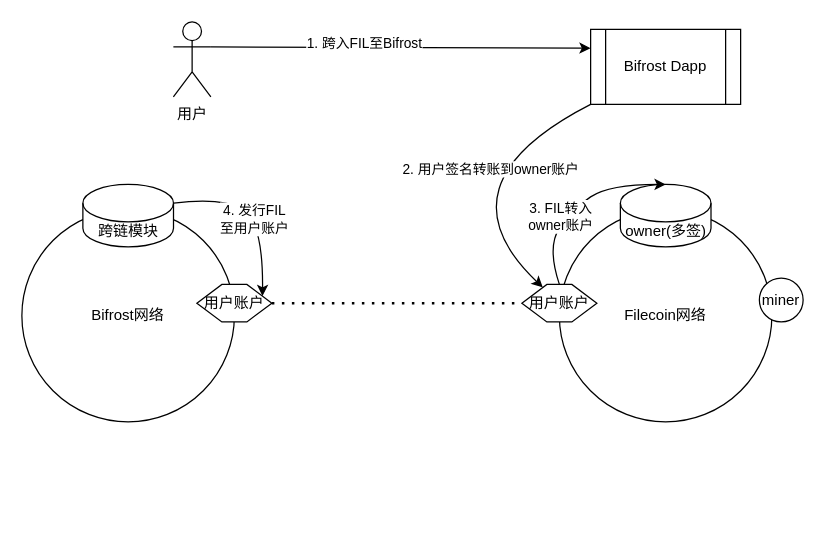
Above: vfil-crossin-fvm.drawio in herryho/flowchars (draw.io), before the change. Source tidied: cells renumbered, new cells numbered last; positions are measured from the earlier drawing's top-left corner, leaving out a move shared by most shapes. Both pictures are drawn from the tidied source at 125%, with x=0, y=0 at pixel (21, 21).
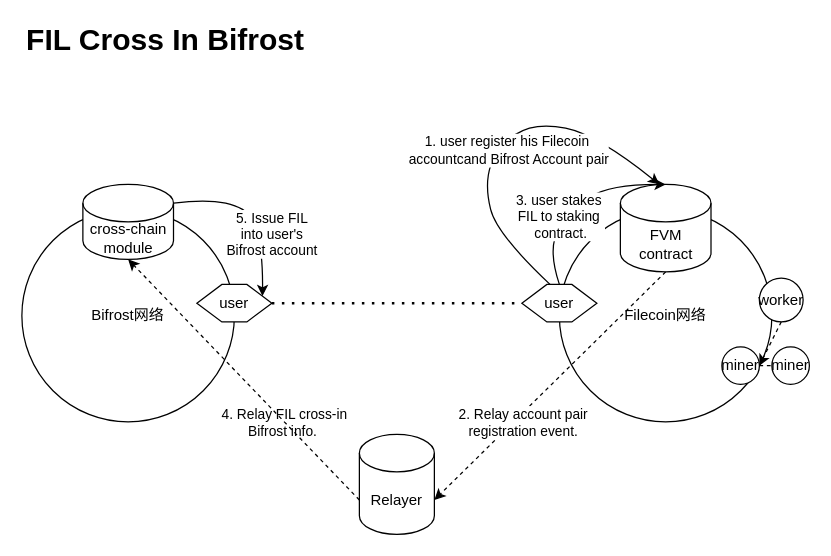
The same diagram, later.

Unchanged cells that the change refers to:
```xml
<mxCell id="16" style="curved=1;endArrow=classic;html=1;rounded=0;exitX=0.5;exitY=0;exitDx=0;exitDy=0;entryX=0.5;entryY=0;entryDx=0;entryDy=0;entryPerimeter=0;" parent="1" edge="1" source="7" target="9">
  <mxGeometry relative="1" as="geometry">
    <Array as="points">
      <mxPoint x="420" y="180" />
      <mxPoint x="440" y="150" />
      <mxPoint x="470" y="130" />
    </Array>
  </mxGeometry>
</mxCell>
```

Diff of the diagram source:
```diff
@@
-    <mxCell id="4" value="用户" style="shape=umlActor;verticalLabelPosition=bottom;verticalAlign=top;html=1;outlineConnect=0;" parent="1" vertex="1">
-      <mxGeometry x="121.2" width="30" height="60" as="geometry" />
-    </mxCell>
-    <mxCell id="5" value="Bifrost Dapp" style="shape=process;whiteSpace=wrap;html=1;backgroundOutline=1;" parent="1" vertex="1">
-      <mxGeometry x="455" y="6" width="120" height="60" as="geometry" />
-    </mxCell>
-    <mxCell id="6" value="用户账户" style="shape=hexagon;perimeter=hexagonPerimeter2;whiteSpace=wrap;html=1;fixedSize=1;" parent="1" vertex="1">
+    <mxCell id="6" value="user" style="shape=hexagon;perimeter=hexagonPerimeter2;whiteSpace=wrap;html=1;fixedSize=1;" parent="1" vertex="1">
       <mxGeometry x="140" y="210" width="60" height="30" as="geometry" />
     </mxCell>
-    <mxCell id="7" value="用户账户" style="shape=hexagon;perimeter=hexagonPerimeter2;whiteSpace=wrap;html=1;fixedSize=1;" parent="1" vertex="1">
+    <mxCell id="7" value="user" style="shape=hexagon;perimeter=hexagonPerimeter2;whiteSpace=wrap;html=1;fixedSize=1;" parent="1" vertex="1">
       <mxGeometry x="400" y="210" width="60" height="30" as="geometry" />
     </mxCell>
@@
-    <mxCell id="9" value="owner(多签)" style="shape=cylinder3;whiteSpace=wrap;html=1;boundedLbl=1;backgroundOutline=1;size=15;" parent="1" vertex="1">
-      <mxGeometry x="478.8" y="130" width="72.5" height="50" as="geometry" />
+    <mxCell id="9" value="FVM contract" style="shape=cylinder3;whiteSpace=wrap;html=1;boundedLbl=1;backgroundOutline=1;size=15;" parent="1" vertex="1">
+      <mxGeometry x="478.8" y="130" width="72.5" height="70" as="geometry" />
     </mxCell>
-    <mxCell id="10" value="miner" style="ellipse;whiteSpace=wrap;html=1;" parent="1" vertex="1">
+    <mxCell id="10" value="worker" style="ellipse;whiteSpace=wrap;html=1;" parent="1" vertex="1">
       <mxGeometry x="590" y="205" width="35" height="35" as="geometry" />
     </mxCell>
-    <mxCell id="11" value="跨链模块" style="shape=cylinder3;whiteSpace=wrap;html=1;boundedLbl=1;backgroundOutline=1;size=15;" parent="1" vertex="1">
-      <mxGeometry x="48.8" y="130" width="72.5" height="50" as="geometry" />
+    <mxCell id="11" value="cross-chain module" style="shape=cylinder3;whiteSpace=wrap;html=1;boundedLbl=1;backgroundOutline=1;size=15;" parent="1" vertex="1">
+      <mxGeometry x="48.8" y="130" width="72.5" height="60" as="geometry" />
     </mxCell>
-    <mxCell id="12" style="endArrow=classic;html=1;rounded=0;exitX=1;exitY=0.3333333333333333;exitDx=0;exitDy=0;exitPerimeter=0;entryX=0;entryY=0.25;entryDx=0;entryDy=0;" parent="1" edge="1" source="4" target="5">
-      <mxGeometry relative="1" as="geometry" />
-    </mxCell>
-    <mxCell id="13" value="1. 跨入FIL至Bifrost" style="edgeLabel;html=1;align=center;verticalAlign=middle;" parent="12" vertex="1">
-      <mxGeometry x="-0.2" y="4" relative="1" as="geometry" />
-    </mxCell>
-    <mxCell id="14" style="curved=1;endArrow=classic;html=1;rounded=0;exitX=0;exitY=1;exitDx=0;exitDy=0;" parent="1" edge="1" source="5" target="7">
+    <mxCell id="14" style="curved=1;endArrow=classic;html=1;rounded=0;exitX=0.375;exitY=0;exitDx=0;exitDy=0;" parent="1" edge="1" source="7">
       <mxGeometry relative="1" as="geometry">
+        <mxPoint x="510" y="130" as="targetPoint" />
         <Array as="points">
-          <mxPoint x="330" y="130" />
+          <mxPoint x="380" y="170" />
+          <mxPoint x="370" y="130" />
+          <mxPoint x="380" y="100" />
+          <mxPoint x="410" y="80" />
+          <mxPoint x="460" y="90" />
         </Array>
       </mxGeometry>
     </mxCell>
-    <mxCell id="15" value="2. 用户签名转账到owner账户" style="edgeLabel;html=1;align=center;verticalAlign=middle;" parent="14" vertex="1">
-      <mxGeometry x="-0.27" y="9" relative="1" as="geometry" />
+    <mxCell id="15" value="1. user register his Filecoin&lt;br&gt;&amp;nbsp;accountcand Bifrost Account pair" style="edgeLabel;html=1;align=center;verticalAlign=middle;" parent="14" vertex="1">
+      <mxGeometry x="-0.27" y="9" relative="1" as="geometry">
+        <mxPoint x="25" y="-21" as="offset" />
+      </mxGeometry>
     </mxCell>
@@
-    <mxCell id="17" value="3. FIL转入&lt;br&gt;owner账户" style="edgeLabel;html=1;align=center;verticalAlign=middle;" parent="16" vertex="1">
+    <mxCell id="17" value="3. user stakes&amp;nbsp;&lt;br&gt;FIL to staking&amp;nbsp;&lt;br&gt;contract." style="edgeLabel;html=1;align=center;verticalAlign=middle;" parent="16" vertex="1">
       <mxGeometry x="-0.41" y="-3" relative="1" as="geometry">
         <mxPoint x="1" y="-16" as="offset" />
       </mxGeometry>
     </mxCell>
-    <mxCell id="18" value="4. 发行FIL&lt;br&gt;至用户账户" style="curved=1;endArrow=classic;html=1;rounded=0;exitX=1;exitY=0;exitDx=0;exitDy=15;exitPerimeter=0;entryX=1;entryY=0.25;entryDx=0;entryDy=0;" parent="1" edge="1" source="11" target="6">
-      <mxGeometry x="0.04" y="-2" relative="1" as="geometry">
+    <mxCell id="18" value="5. Issue FIL&lt;br&gt;into user's&lt;br&gt;Bifrost account" style="curved=1;endArrow=classic;html=1;rounded=0;exitX=1;exitY=0;exitDx=0;exitDy=15;exitPerimeter=0;entryX=1;entryY=0.25;entryDx=0;entryDy=0;" parent="1" edge="1" source="11" target="6">
+      <mxGeometry x="0.28" y="7" relative="1" as="geometry">
         <Array as="points">
           <mxPoint x="160" y="140" />
           <mxPoint x="193" y="160" />
         </Array>
       </mxGeometry>
     </mxCell>
+    <mxCell id="19" value="Relayer" style="shape=cylinder3;whiteSpace=wrap;html=1;boundedLbl=1;backgroundOutline=1;size=15;" parent="1" vertex="1">
+      <mxGeometry x="270" y="330" width="60" height="80" as="geometry" />
+    </mxCell>
+    <mxCell id="20" value="miner" style="ellipse;whiteSpace=wrap;html=1;" parent="1" vertex="1">
+      <mxGeometry x="560" y="260" width="30" height="30" as="geometry" />
+    </mxCell>
+    <mxCell id="21" value="miner" style="ellipse;whiteSpace=wrap;html=1;" parent="1" vertex="1">
+      <mxGeometry x="600" y="260" width="30" height="30" as="geometry" />
+    </mxCell>
+    <mxCell id="22" style="endArrow=none;dashed=1;html=1;rounded=0;exitX=1;exitY=0.5;exitDx=0;exitDy=0;" parent="1" edge="1" source="20">
+      <mxGeometry relative="1" as="geometry">
+        <mxPoint x="600" y="275" as="targetPoint" />
+      </mxGeometry>
+    </mxCell>
+    <mxCell id="23" style="endArrow=classic;html=1;rounded=0;exitX=0.5;exitY=1;exitDx=0;exitDy=0;entryX=1;entryY=0.5;entryDx=0;entryDy=0;dashed=1;" parent="1" edge="1" source="10" target="20">
+      <mxGeometry relative="1" as="geometry" />
+    </mxCell>
+    <mxCell id="24" style="endArrow=classic;html=1;rounded=0;dashed=1;exitX=0.5;exitY=1;exitDx=0;exitDy=0;exitPerimeter=0;entryX=1;entryY=0;entryDx=0;entryDy=52.5;entryPerimeter=0;" parent="1" edge="1" source="9" target="19">
+      <mxGeometry relative="1" as="geometry" />
+    </mxCell>
+    <mxCell id="25" value="2. Relay account pair &lt;br&gt;registration event." style="edgeLabel;html=1;align=center;verticalAlign=middle;" parent="24" vertex="1">
+      <mxGeometry x="0.24" relative="1" as="geometry">
+        <mxPoint y="7" as="offset" />
+      </mxGeometry>
+    </mxCell>
+    <mxCell id="26" value="4. Relay FIL cross-in&lt;br&gt;Bifrost info.&amp;nbsp;" style="edgeLabel;html=1;align=center;verticalAlign=middle;" parent="24" vertex="1">
+      <mxGeometry x="0.2" y="-3" relative="1" as="geometry">
+        <mxPoint x="-192" y="13" as="offset" />
+      </mxGeometry>
+    </mxCell>
+    <mxCell id="27" style="endArrow=classic;html=1;rounded=0;dashed=1;exitX=0;exitY=0;exitDx=0;exitDy=52.5;exitPerimeter=0;entryX=0.5;entryY=1;entryDx=0;entryDy=0;entryPerimeter=0;" parent="1" edge="1" source="19" target="11">
+      <mxGeometry relative="1" as="geometry" />
+    </mxCell>
+    <mxCell id="28" value="FIL Cross In Bifrost" style="text;html=1;strokeColor=none;fillColor=none;align=center;verticalAlign=middle;whiteSpace=wrap;rounded=0;fontStyle=1;fontSize=24;" parent="1" vertex="1">
+      <mxGeometry width="230" height="30" as="geometry" />
+    </mxCell>
```
